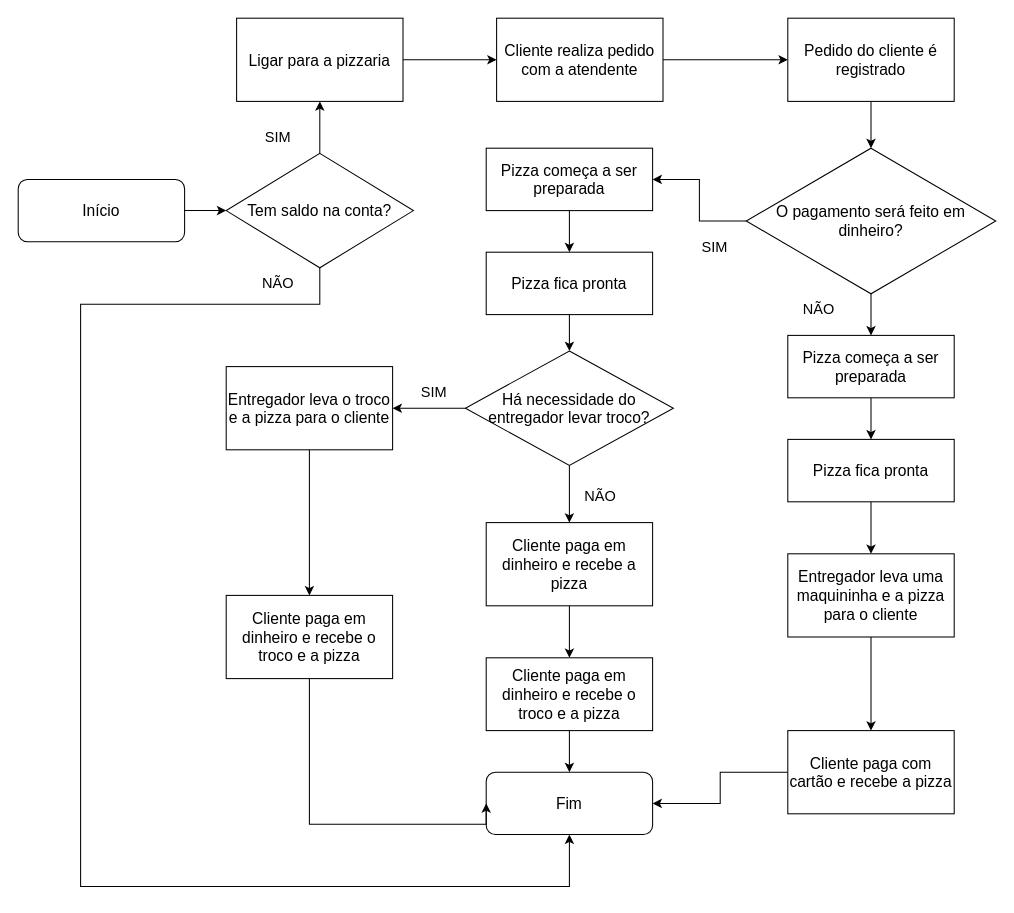
Earlier version of the draw.io diagram pizza.drawio (VictorVilhena0/fluxogramaMGPN223). Source tidied: cells renumbered, new cells numbered last; positions are measured from the earlier drawing's top-left corner, leaving out a move shared by most shapes. Both pictures are drawn from the tidied source at 104%, with x=0, y=0 at pixel (18, 18).
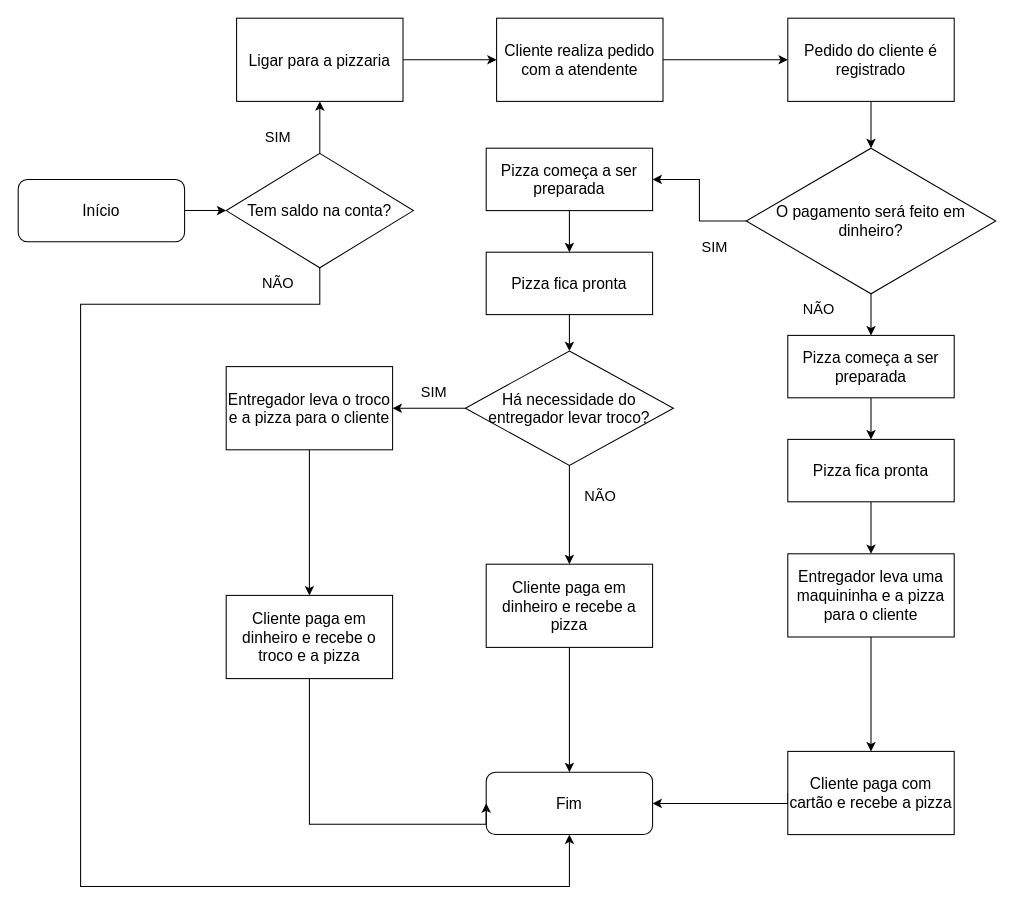
After the change.

Unchanged cells that the change refers to:
```xml
<mxCell id="4" value="&lt;font style=&quot;font-size: 15px;&quot;&gt;Fim&lt;/font&gt;" style="rounded=1;whiteSpace=wrap;html=1;" parent="1" vertex="1">
  <mxGeometry x="450" y="725" width="160" height="60" as="geometry" />
</mxCell>
```

Change to the diagram source:
```diff
@@
     <mxCell id="26" style="edgeStyle=orthogonalEdgeStyle;rounded=0;jettySize=auto;html=1;exitX=0;exitY=0.5;exitDx=0;exitDy=0;entryX=1;entryY=0.5;entryDx=0;entryDy=0;" parent="1" edge="1" source="27" target="4">
-      <mxGeometry relative="1" as="geometry" />
+      <mxGeometry relative="1" as="geometry">
+        <Array as="points">
+          <mxPoint x="740" y="755" />
+        </Array>
+      </mxGeometry>
     </mxCell>
     <mxCell id="27" value="&lt;span style=&quot;font-size: 15px;&quot;&gt;Cliente paga com cartão e recebe a pizza&lt;/span&gt;" style="rounded=0;whiteSpace=wrap;html=1;" parent="1" vertex="1">
-      <mxGeometry x="740" y="685" width="160" height="80" as="geometry" />
+      <mxGeometry x="740" y="705" width="160" height="80" as="geometry" />
     </mxCell>
@@
-    <mxCell id="30" style="edgeStyle=orthogonalEdgeStyle;rounded=0;jettySize=auto;html=1;" parent="1" edge="1" source="31" target="39">
-      <mxGeometry relative="1" as="geometry" />
-    </mxCell>
+    <mxCell id="46" style="edgeStyle=orthogonalEdgeStyle;rounded=0;jettySize=auto;html=1;exitX=0.5;exitY=1;exitDx=0;exitDy=0;entryX=0.5;entryY=0;entryDx=0;entryDy=0;" parent="1" edge="1" source="31" target="4">
+      <mxGeometry relative="1" as="geometry" />
+    </mxCell>
     <mxCell id="31" value="&lt;span style=&quot;font-size: 15px;&quot;&gt;Cliente paga em dinheiro e recebe a pizza&lt;/span&gt;" style="rounded=0;whiteSpace=wrap;html=1;" parent="1" vertex="1">
-      <mxGeometry x="450" y="485" width="160" height="80" as="geometry" />
+      <mxGeometry x="450" y="525" width="160" height="80" as="geometry" />
     </mxCell>
@@
-    <mxCell id="38" style="edgeStyle=orthogonalEdgeStyle;rounded=0;jettySize=auto;html=1;" parent="1" edge="1" source="39" target="4">
-      <mxGeometry relative="1" as="geometry" />
-    </mxCell>
-    <mxCell id="39" value="&lt;span style=&quot;font-size: 15px;&quot;&gt;Cliente paga em dinheiro e recebe o troco e a pizza&lt;/span&gt;" style="rounded=0;whiteSpace=wrap;html=1;" parent="1" vertex="1">
-      <mxGeometry x="450" y="615" width="160" height="70" as="geometry" />
-    </mxCell>
```
